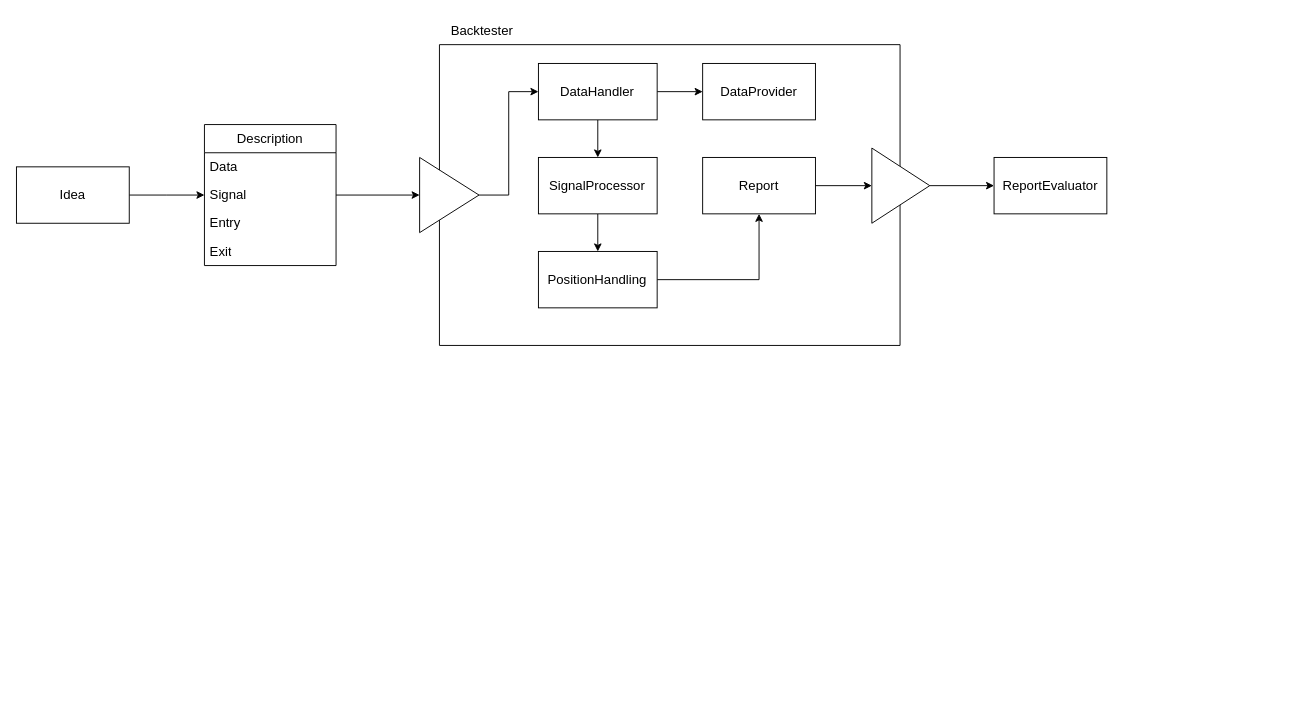
Before: Untitled Diagram.drawio in BojanSpa/quantpy, a draw.io diagram. Source tidied: cells renumbered, new cells numbered last; positions are measured from the earlier drawing's top-left corner, leaving out a move shared by most shapes. Both pictures are drawn from the tidied source at 94%, with x=0, y=0 at pixel (16, 16).
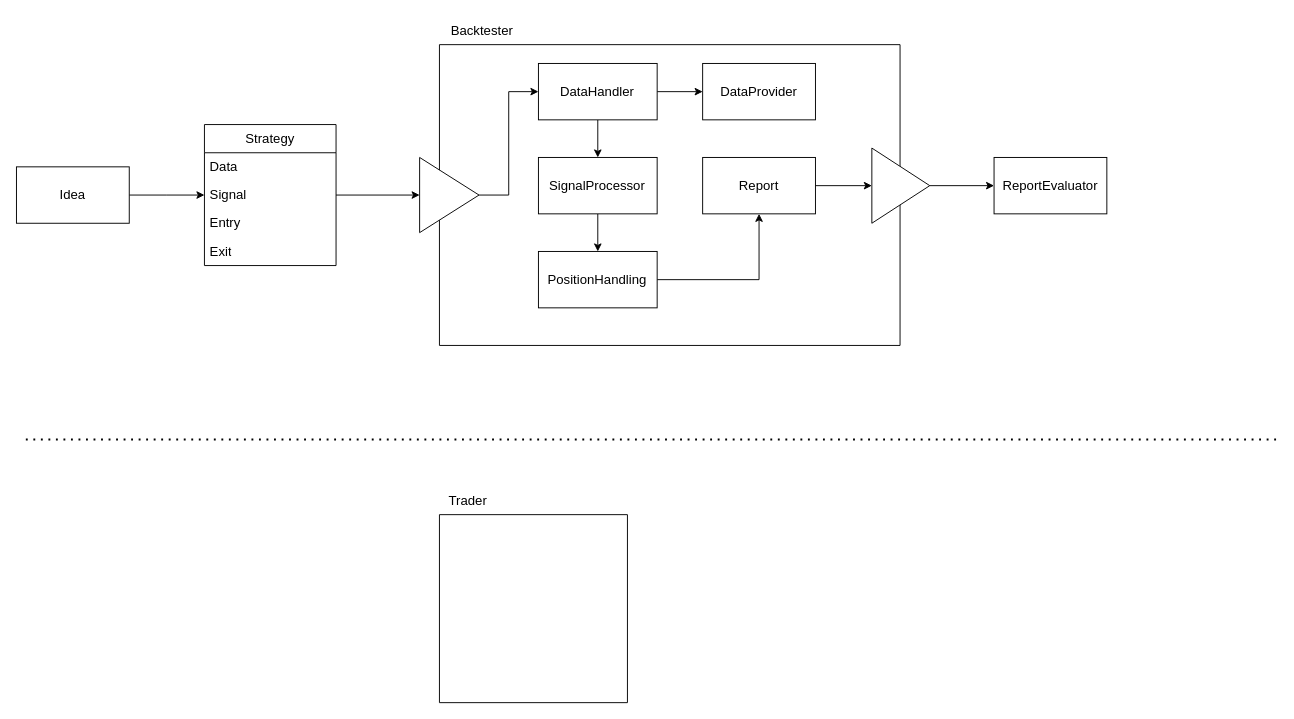
The same page after the edit.

Commit message:
Trader module (WIP)

What changed in the source:
```diff
@@
-    <mxCell id="4" value="Description" style="swimlane;fontStyle=0;horizontal=1;startSize=30;whiteSpace=wrap;html=1;fontSize=14;" parent="1" vertex="1">
+    <mxCell id="4" value="Strategy" style="swimlane;fontStyle=0;horizontal=1;startSize=30;whiteSpace=wrap;html=1;fontSize=14;" parent="1" vertex="1">
       <mxGeometry x="200" y="115" width="140" height="150" as="geometry" />
     </mxCell>
@@
+    <mxCell id="27" style="endArrow=none;dashed=1;html=1;dashPattern=1 3;strokeWidth=2;rounded=0;fontSize=14;" parent="1" edge="1">
+      <mxGeometry relative="1" as="geometry">
+        <mxPoint x="10" y="450" as="sourcePoint" />
+        <mxPoint x="1340" y="450" as="targetPoint" />
+      </mxGeometry>
+    </mxCell>
+    <mxCell id="28" style="swimlane;startSize=0;fontSize=14;" parent="1" vertex="1">
+      <mxGeometry x="450" y="530" width="200" height="200" as="geometry" />
+    </mxCell>
+    <mxCell id="29" value="Trader" style="text;html=1;align=center;verticalAlign=middle;strokeColor=none;fillColor=none;fontSize=14;" parent="1" vertex="1">
+      <mxGeometry x="450" y="500" width="60" height="30" as="geometry" />
+    </mxCell>
```
